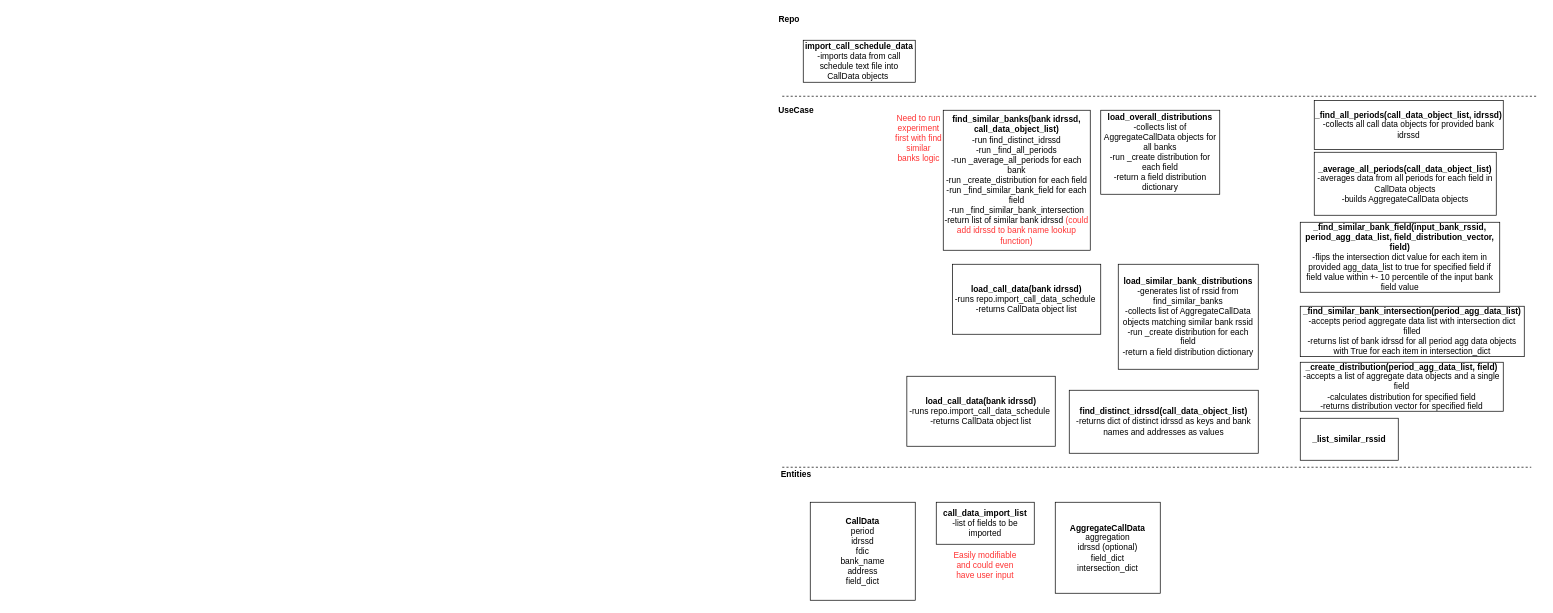
This is page "architecture" (1 of 2) of architecture/bank_like_x_architecture.drawio from JasonBrauer/banklikex, a draw.io file, before an edit. Source tidied: cells renumbered, new cells numbered last; positions are measured from the earlier drawing's top-left corner, leaving out a move shared by most shapes. Both pictures are drawn from the tidied source at 70%, with x=0, y=0 at pixel (775, 12).
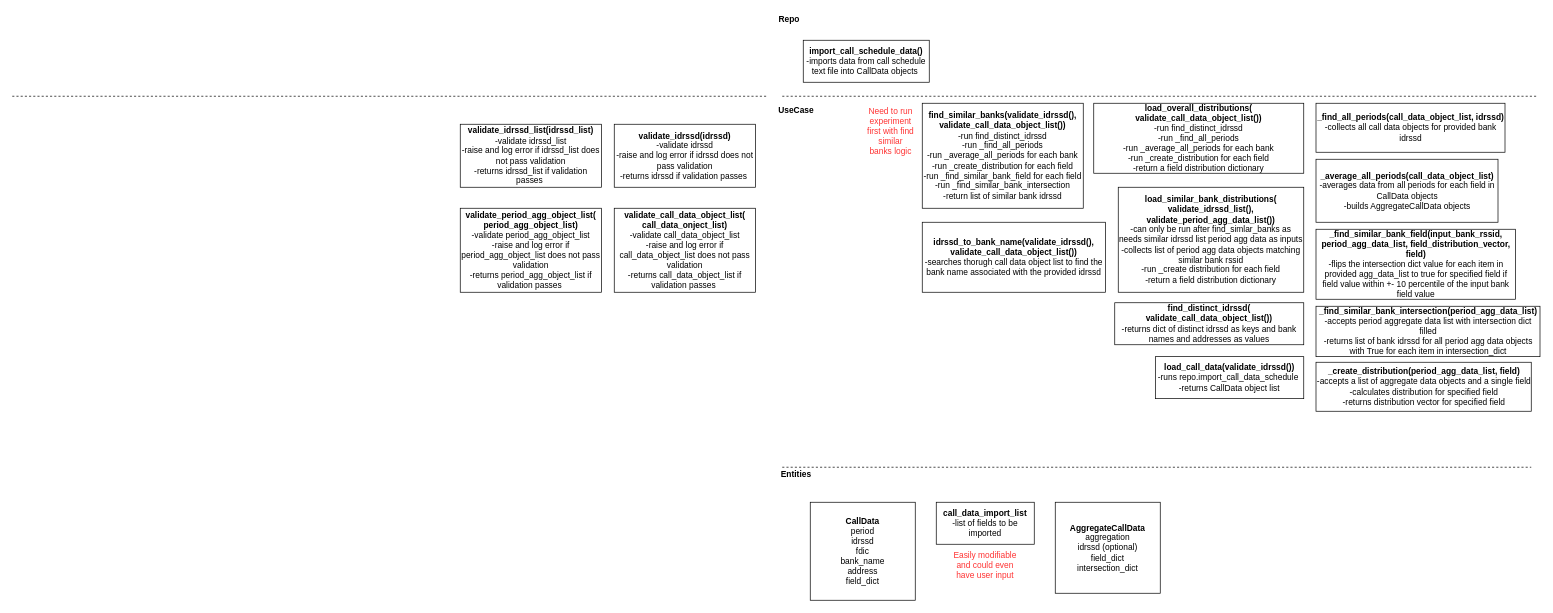
The same diagram, later.

Commit message:
architecture diagram and cli flow

The edit, as a diff of the source:
```diff
@@
-    <mxCell id="5" value="&lt;b&gt;import_call_schedule_data&lt;/b&gt;&lt;br&gt;-imports data from call schedule text file into CallData objects&amp;nbsp;" style="rounded=0;whiteSpace=wrap;html=1;" parent="1" vertex="1">
-      <mxGeometry x="40" y="40" width="160" height="60" as="geometry" />
+    <mxCell id="5" value="&lt;b&gt;import_call_schedule_data()&lt;/b&gt;&lt;br&gt;-imports data from call schedule text file into CallData objects&amp;nbsp;" style="rounded=0;whiteSpace=wrap;html=1;" parent="1" vertex="1">
+      <mxGeometry x="40" y="40" width="180" height="60" as="geometry" />
     </mxCell>
@@
     <mxCell id="7" value="&lt;b&gt;_average_all_periods(call_data_object_list)&lt;/b&gt;&lt;br&gt;-averages data from all periods for each field in CallData objects&lt;br&gt;-builds AggregateCallData objects" style="rounded=0;whiteSpace=wrap;html=1;" parent="1" vertex="1">
-      <mxGeometry x="770" y="200" width="260" height="90" as="geometry" />
+      <mxGeometry x="772.5" y="210" width="260" height="90" as="geometry" />
     </mxCell>
@@
-    <mxCell id="9" value="&lt;b&gt;find_similar_banks(bank idrssd, call_data_object_list)&lt;/b&gt;&lt;br&gt;-run find_distinct_idrssd&lt;br&gt;-run _find_all_periods&lt;br&gt;-run _average_all_periods for each bank&lt;br&gt;-run _create_distribution for each field&lt;br&gt;-run _find_similar_bank_field for each field&lt;br&gt;-run _find_similar_bank_intersection&lt;br&gt;-return list of similar bank idrssd &lt;font color=&quot;#ff3333&quot;&gt;(could add idrssd to bank name lookup function)&lt;/font&gt;" style="rounded=0;whiteSpace=wrap;html=1;" parent="1" vertex="1">
-      <mxGeometry x="240" y="140" width="210" height="200" as="geometry" />
+    <mxCell id="9" value="&lt;b&gt;find_similar_banks(validate_idrssd(), validate_call_data_object_list())&lt;/b&gt;&lt;br&gt;-run find_distinct_idrssd&lt;br&gt;-run _find_all_periods&lt;br&gt;-run _average_all_periods for each bank&lt;br&gt;-run _create_distribution for each field&lt;br&gt;-run _find_similar_bank_field for each field&lt;br&gt;-run _find_similar_bank_intersection&lt;br&gt;-return list of similar bank idrssd" style="rounded=0;whiteSpace=wrap;html=1;" parent="1" vertex="1">
+      <mxGeometry x="210" y="130" width="230" height="150" as="geometry" />
     </mxCell>
-    <mxCell id="10" value="&lt;b&gt;load_overall_distributions&lt;br&gt;&lt;/b&gt;-collects list of AggregateCallData objects for all banks&lt;br&gt;-run _create distribution for each field&lt;br&gt;-return a field distribution dictionary&lt;b&gt;&lt;br&gt;&lt;/b&gt;" style="rounded=0;whiteSpace=wrap;html=1;" parent="1" vertex="1">
-      <mxGeometry x="465" y="140" width="170" height="120" as="geometry" />
+    <mxCell id="10" value="&lt;b&gt;load_overall_distributions(&lt;br&gt;validate_call_data_object_list())&lt;br&gt;&lt;/b&gt;-run find_distinct_idrssd&lt;br&gt;-run _find_all_periods&lt;br&gt;-run _average_all_periods for each bank&lt;br&gt;-run _create_distribution for each field&lt;br&gt;-return a field distribution dictionary&lt;b&gt;&lt;br&gt;&lt;/b&gt;" style="rounded=0;whiteSpace=wrap;html=1;" parent="1" vertex="1">
+      <mxGeometry x="455" y="130" width="300" height="100" as="geometry" />
     </mxCell>
-    <mxCell id="11" value="&lt;b&gt;load_similar_bank_distributions&lt;/b&gt;&lt;br&gt;-generates list of rssid from find_similar_banks&lt;br&gt;-collects list of AggregateCallData objects matching similar bank rssid&lt;br&gt;-run _create distribution for each field&lt;br&gt;-return a field distribution dictionary" style="rounded=0;whiteSpace=wrap;html=1;" parent="1" vertex="1">
-      <mxGeometry x="490" y="360" width="200" height="150" as="geometry" />
+    <mxCell id="11" value="&lt;b&gt;load_similar_bank_distributions(&lt;br&gt;validate_idrssd_list(), validate_period_agg_data_list())&lt;br&gt;&lt;/b&gt;-can only be run after find_simlar_banks as needs similar idrssd list period agg data as inputs&lt;br&gt;-collects list of period agg data objects matching similar bank rssid&lt;br&gt;-run _create distribution for each field&lt;br&gt;-return a field distribution dictionary" style="rounded=0;whiteSpace=wrap;html=1;" parent="1" vertex="1">
+      <mxGeometry x="490" y="250" width="265" height="150" as="geometry" />
     </mxCell>
     <mxCell id="12" value="&lt;b&gt;_create_distribution(period_agg_data_list, field)&lt;/b&gt;&lt;br&gt;-accepts a list of aggregate data objects and a single field&lt;br&gt;-calculates distribution for specified field&lt;br&gt;-returns distribution vector for specified field" style="rounded=0;whiteSpace=wrap;html=1;" parent="1" vertex="1">
-      <mxGeometry x="750" y="500" width="290" height="70" as="geometry" />
+      <mxGeometry x="772.5" y="500" width="307.5" height="70" as="geometry" />
     </mxCell>
-    <mxCell id="13" value="&lt;b&gt;_list_similar_rssid&lt;br&gt;&lt;/b&gt;" style="rounded=0;whiteSpace=wrap;html=1;" parent="1" vertex="1">
-      <mxGeometry x="750" y="580" width="140" height="60" as="geometry" />
-    </mxCell>
     <mxCell id="14" value="&lt;b&gt;_find_all_periods(call_data_object_list, idrssd)&lt;/b&gt;&lt;br&gt;-collects all call data objects for provided bank idrssd" style="rounded=0;whiteSpace=wrap;html=1;" parent="1" vertex="1">
-      <mxGeometry x="770" y="126" width="270" height="70" as="geometry" />
+      <mxGeometry x="772.5" y="130" width="270" height="70" as="geometry" />
     </mxCell>
-    <mxCell id="15" value="&lt;b&gt;find_distinct_idrssd(call_data_object_list)&lt;/b&gt;&lt;br&gt;-returns dict of distinct idrssd as keys and bank names and addresses as values" style="rounded=0;whiteSpace=wrap;html=1;" parent="1" vertex="1">
-      <mxGeometry x="420" y="540" width="270" height="90" as="geometry" />
+    <mxCell id="15" value="&lt;b&gt;find_distinct_idrssd(&lt;br&gt;validate_call_data_object_list())&lt;/b&gt;&lt;br&gt;-returns dict of distinct idrssd as keys and bank names and addresses as values" style="rounded=0;whiteSpace=wrap;html=1;" parent="1" vertex="1">
+      <mxGeometry x="485" y="415" width="270" height="60" as="geometry" />
     </mxCell>
-    <mxCell id="16" value="&lt;b&gt;load_call_data(bank idrssd)&lt;/b&gt;&lt;br&gt;-runs repo.import_call_data_schedule&amp;nbsp;&lt;br&gt;-returns CallData object list" style="rounded=0;whiteSpace=wrap;html=1;" parent="1" vertex="1">
-      <mxGeometry x="253" y="360" width="212" height="100" as="geometry" />
-    </mxCell>
@@
     <mxCell id="20" value="&lt;b&gt;_find_similar_bank_field(input_bank_rssid, period_agg_data_list, field_distribution_vector, field)&lt;/b&gt;&lt;br&gt;-flips the intersection dict value for each item in provided agg_data_list to true for specified field if field value within +- 10 percentile of the input bank field value" style="rounded=0;whiteSpace=wrap;html=1;" parent="1" vertex="1">
-      <mxGeometry x="750" y="300" width="285" height="100" as="geometry" />
+      <mxGeometry x="772.5" y="310" width="285" height="100" as="geometry" />
     </mxCell>
     <mxCell id="21" value="&lt;b&gt;_find_similar_bank_intersection(period_agg_data_list)&lt;/b&gt;&lt;br&gt;-accepts period aggregate data list with intersection dict filled&lt;br&gt;-returns list of bank idrssd for all period agg data objects with True for each item in intersection_dict" style="rounded=0;whiteSpace=wrap;html=1;" parent="1" vertex="1">
-      <mxGeometry x="750" y="420" width="320" height="72" as="geometry" />
+      <mxGeometry x="772.5" y="420" width="320" height="72" as="geometry" />
     </mxCell>
-    <mxCell id="22" value="&lt;b&gt;load_call_data(bank idrssd)&lt;/b&gt;&lt;br&gt;-runs repo.import_call_data_schedule&amp;nbsp;&lt;br&gt;-returns CallData object list" style="rounded=0;whiteSpace=wrap;html=1;" parent="1" vertex="1">
-      <mxGeometry x="188" y="520" width="212" height="100" as="geometry" />
+    <mxCell id="22" value="&lt;b&gt;load_call_data(validate_idrssd())&lt;/b&gt;&lt;br&gt;-runs repo.import_call_data_schedule&amp;nbsp;&lt;br&gt;-returns CallData object list" style="rounded=0;whiteSpace=wrap;html=1;" parent="1" vertex="1">
+      <mxGeometry x="543" y="492" width="212" height="60" as="geometry" />
     </mxCell>
     <mxCell id="23" value="Need to run experiment first with find similar banks logic" style="text;html=1;strokeColor=none;fillColor=none;align=center;verticalAlign=middle;whiteSpace=wrap;rounded=0;fontColor=#FF3333;" parent="1" vertex="1">
-      <mxGeometry x="170" y="140" width="70" height="80" as="geometry" />
+      <mxGeometry x="130" y="130" width="70" height="80" as="geometry" />
     </mxCell>
@@
+    <mxCell id="25" value="&lt;b&gt;idrssd_to_bank_name(validate_idrssd(), validate_call_data_object_list())&lt;/b&gt;&lt;br&gt;-searches thorugh call data object list to find the bank name associated with the provided idrssd" style="rounded=0;whiteSpace=wrap;html=1;" parent="1" vertex="1">
+      <mxGeometry x="210" y="300" width="262" height="100" as="geometry" />
+    </mxCell>
+    <mxCell id="26" value="&lt;b&gt;validate_idrssd(idrssd)&lt;/b&gt;&lt;br&gt;-validate idrssd&lt;br&gt;-raise and log error if idrssd does not pass validation&lt;br&gt;-returns idrssd if validation passes&amp;nbsp;" style="rounded=0;whiteSpace=wrap;html=1;" parent="1" vertex="1">
+      <mxGeometry x="-230" y="160" width="202" height="90" as="geometry" />
+    </mxCell>
+    <mxCell id="27" value="&lt;b&gt;validate_call_data_object_list(&lt;br&gt;call_data_onject_list)&lt;/b&gt;&lt;br&gt;-validate call_data_object_list&lt;br&gt;-raise and log error if call_data_object_list does not pass validation&lt;br&gt;-returns call_data_object_list if validation passes&amp;nbsp;" style="rounded=0;whiteSpace=wrap;html=1;" parent="1" vertex="1">
+      <mxGeometry x="-230" y="280" width="202" height="120" as="geometry" />
+    </mxCell>
+    <mxCell id="28" value="&lt;b&gt;validate_idrssd_list(idrssd_list)&lt;/b&gt;&lt;br&gt;-validate idrssd_list&lt;br&gt;-raise and log error if idrssd_list does not pass validation&lt;br&gt;-returns idrssd_list if validation passes&amp;nbsp;" style="rounded=0;whiteSpace=wrap;html=1;" parent="1" vertex="1">
+      <mxGeometry x="-450" y="160" width="202" height="90" as="geometry" />
+    </mxCell>
+    <mxCell id="29" value="&lt;b&gt;validate_period_agg_object_list(&lt;br&gt;period_agg_object_list)&lt;/b&gt;&lt;br&gt;-validate period_agg_object_list&lt;br&gt;-raise and log error if period_agg_object_list does not pass validation&lt;br&gt;-returns period_agg_object_list if validation passes&amp;nbsp;" style="rounded=0;whiteSpace=wrap;html=1;" parent="1" vertex="1">
+      <mxGeometry x="-450" y="280" width="202" height="120" as="geometry" />
+    </mxCell>
+    <mxCell id="30" style="endArrow=none;dashed=1;html=1;" parent="1" edge="1">
+      <mxGeometry relative="1" as="geometry">
+        <mxPoint x="-1090" y="120" as="sourcePoint" />
+        <mxPoint x="-10" y="120" as="targetPoint" />
+      </mxGeometry>
+    </mxCell>
```
